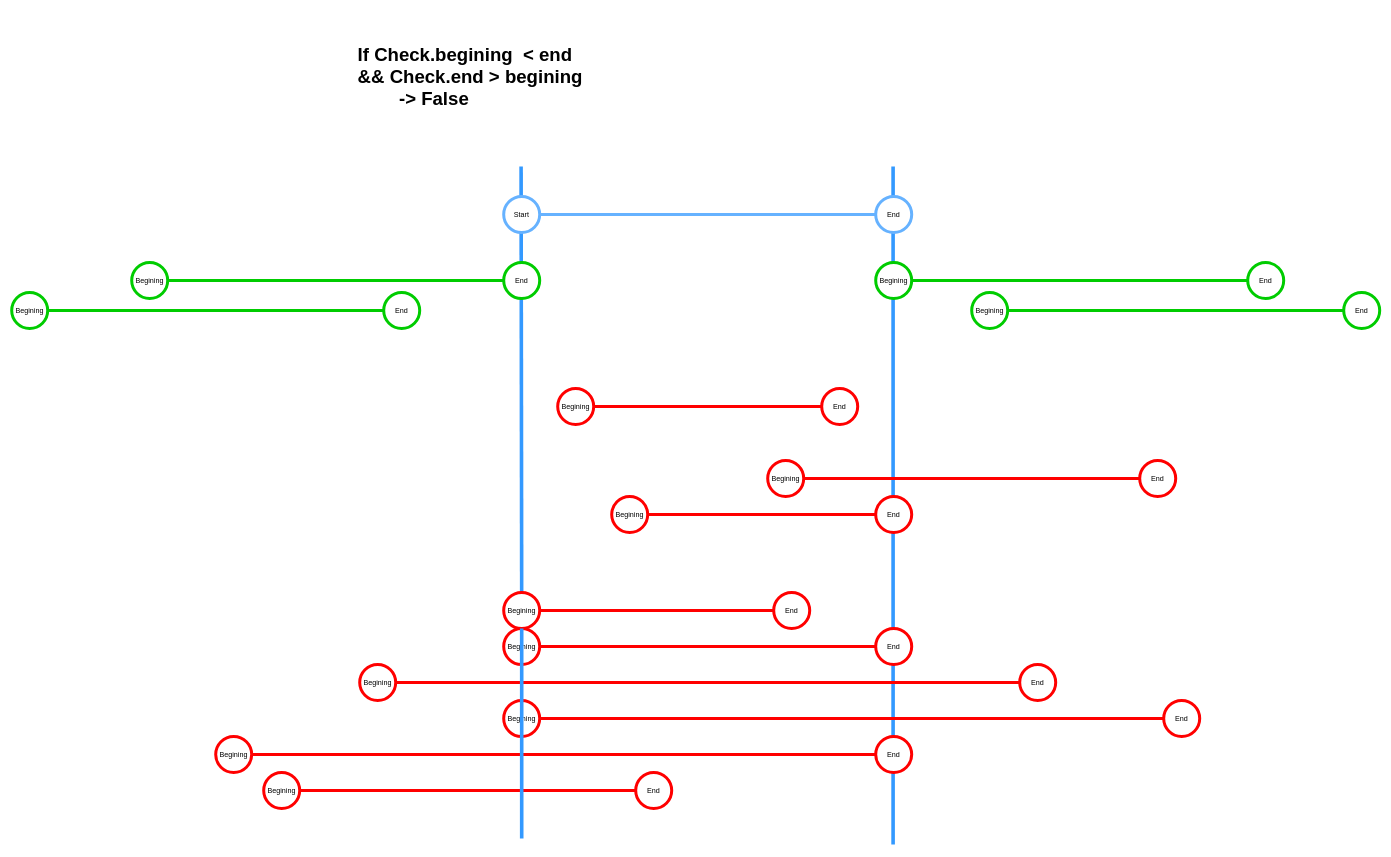
Makraiyassin/exoJEE-Hotel keeps this draw.io diagram as analyse/CalculDisponibiliteChambre.drawio. Above is the earlier version. Source tidied: cells renumbered, new cells numbered last; positions are measured from the earlier drawing's top-left corner, leaving out a move shared by most shapes. Both pictures are drawn from the tidied source at 60%, with x=0, y=0 at pixel (11, 40).
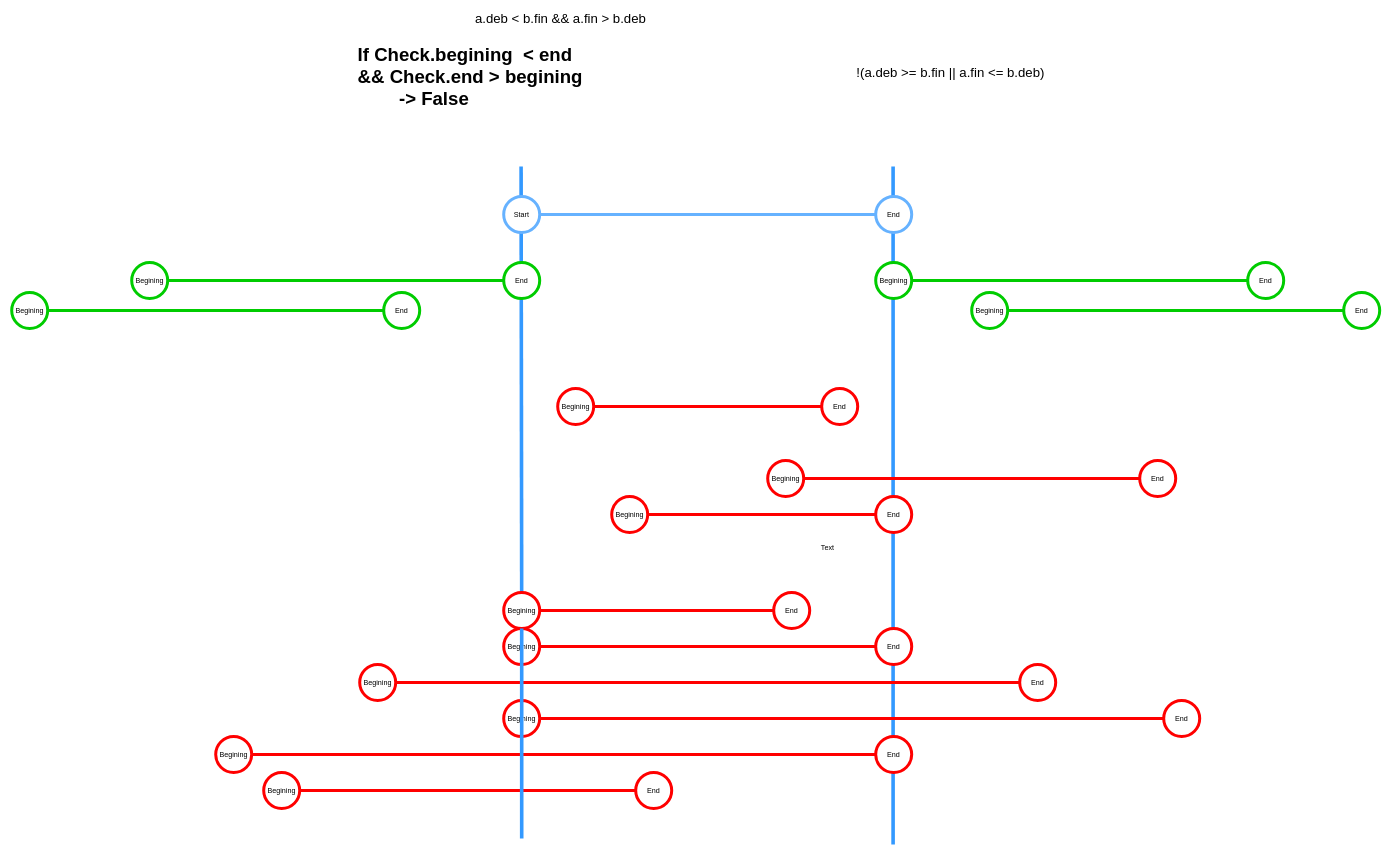
The same diagram, later.

The edit, as a diff of the source:
```diff
@@
+    <mxCell id="48" value="Text" style="text;html=1;strokeColor=none;fillColor=none;align=center;verticalAlign=middle;whiteSpace=wrap;rounded=0;" parent="1" vertex="1">
+      <mxGeometry x="1330" y="830" width="60" height="30" as="geometry" />
+    </mxCell>
+    <mxCell id="49" value="!(a.deb &amp;gt;= b.fin || a.fin &amp;lt;= b.deb)" style="text;html=1;strokeColor=none;fillColor=none;align=center;verticalAlign=middle;whiteSpace=wrap;rounded=0;fontSize=22;" parent="1" vertex="1">
+      <mxGeometry x="1370" y="40" width="390" height="30" as="geometry" />
+    </mxCell>
+    <mxCell id="50" value="a.deb &amp;lt; b.fin &amp;amp;&amp;amp; a.fin &amp;gt; b.deb" style="text;html=1;strokeColor=none;fillColor=none;align=center;verticalAlign=middle;whiteSpace=wrap;rounded=0;fontSize=22;" parent="1" vertex="1">
+      <mxGeometry x="720" y="-50" width="390" height="30" as="geometry" />
+    </mxCell>
```
